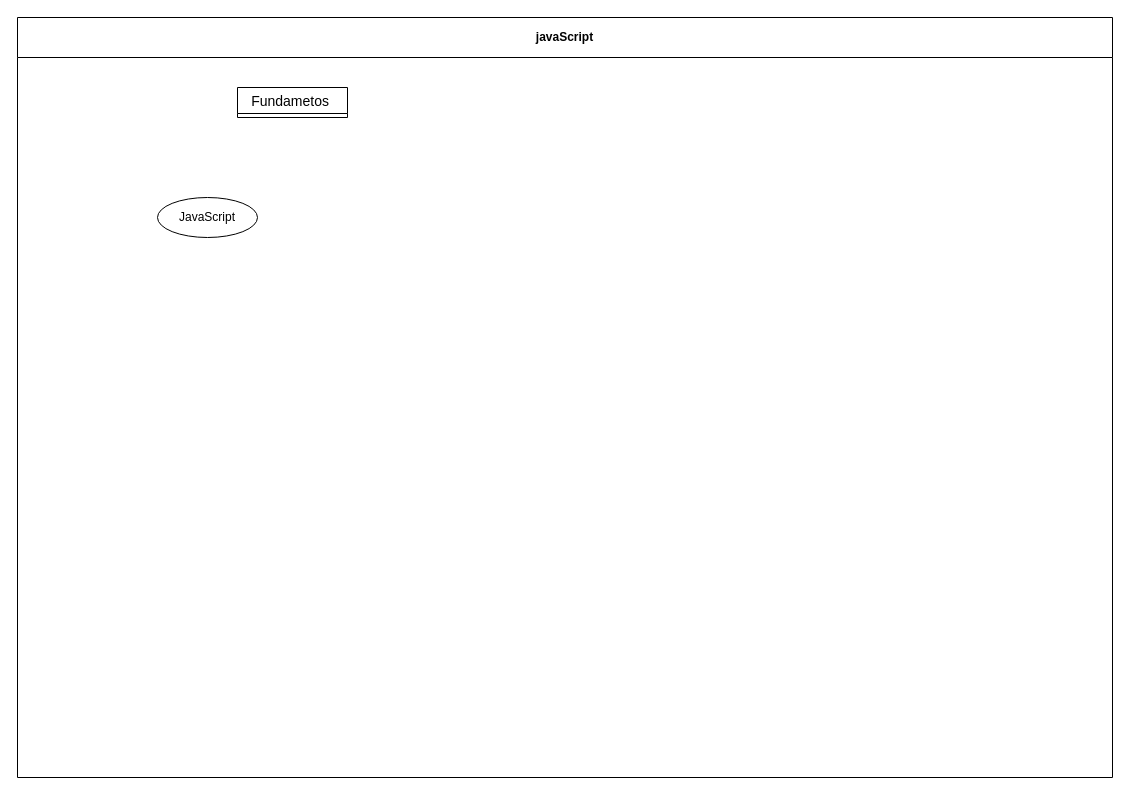
Earlier version of the draw.io diagram javaScript.drawio (RuDneyMesSias/cod3RCursos). Source tidied: cells renumbered, new cells numbered last; positions are measured from the earlier drawing's top-left corner, leaving out a move shared by most shapes. Both pictures are drawn from the tidied source at 100%, with x=0, y=0 at pixel (17, 17).
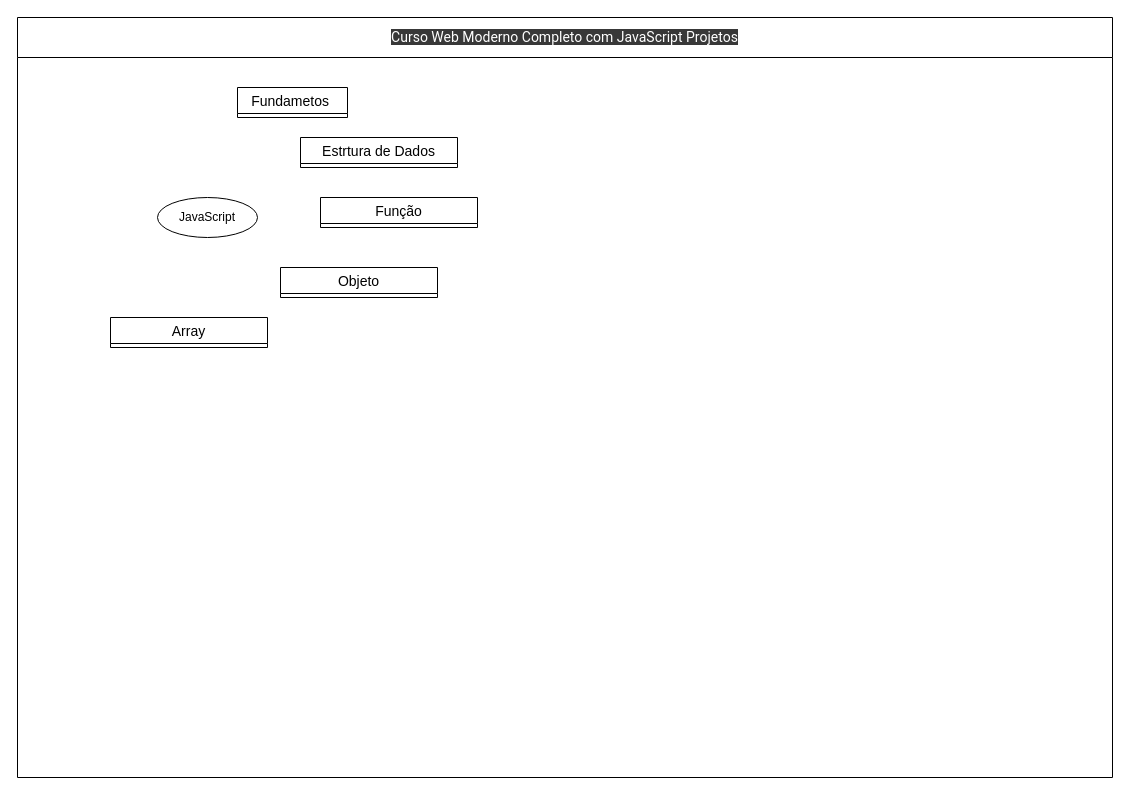
The same diagram, later.

Change to the diagram source:
```diff
@@
 <mxGraphModel>
   <root>
     <mxCell id="0" />
     <mxCell id="1" parent="0" />
-    <mxCell id="2" value="javaScript" style="swimlane;whiteSpace=wrap;html=1;startSize=40;" parent="1" vertex="1">
+    <mxCell id="2" value="&lt;span style=&quot;color: rgb(255, 255, 255); font-family: Roboto, &amp;quot;Comic Sans MS&amp;quot;; font-size: 14px; font-weight: 400; text-align: start; caret-color: rgb(255, 255, 255); background-color: rgb(56, 56, 56);&quot;&gt;Curso Web Moderno Completo com JavaScript Projetos&lt;/span&gt;" style="swimlane;whiteSpace=wrap;html=1;startSize=40;" parent="1" vertex="1">
       <mxGeometry width="1095" height="760" as="geometry" />
     </mxCell>
     <mxCell id="3" value="Fundametos " style="swimlane;fontStyle=0;horizontal=1;startSize=26;align=center;fontSize=14;" parent="2" vertex="1" collapsed="1">
       <mxGeometry x="220" y="70" width="110" height="30" as="geometry" />
     </mxCell>
     <mxCell id="4" value="JavaScript" style="ellipse;whiteSpace=wrap;html=1;align=center;" parent="2" vertex="1">
       <mxGeometry x="140" y="180" width="100" height="40" as="geometry" />
     </mxCell>
+    <mxCell id="5" value="Estrtura de Dados" style="swimlane;fontStyle=0;horizontal=1;startSize=26;align=center;fontSize=14;" parent="2" vertex="1" collapsed="1">
+      <mxGeometry x="283" y="120" width="157" height="30" as="geometry" />
+    </mxCell>
+    <mxCell id="6" value="Função" style="swimlane;fontStyle=0;horizontal=1;startSize=26;align=center;fontSize=14;" parent="2" vertex="1" collapsed="1">
+      <mxGeometry x="303" y="180" width="157" height="30" as="geometry" />
+    </mxCell>
+    <mxCell id="7" value="Objeto" style="swimlane;fontStyle=0;horizontal=1;startSize=26;align=center;fontSize=14;" parent="2" vertex="1" collapsed="1">
+      <mxGeometry x="263" y="250" width="157" height="30" as="geometry" />
+    </mxCell>
+    <mxCell id="8" value="Array" style="swimlane;fontStyle=0;horizontal=1;startSize=26;align=center;fontSize=14;" parent="2" vertex="1" collapsed="1">
+      <mxGeometry x="93" y="300" width="157" height="30" as="geometry" />
+    </mxCell>
   </root>
 </mxGraphModel>
```
